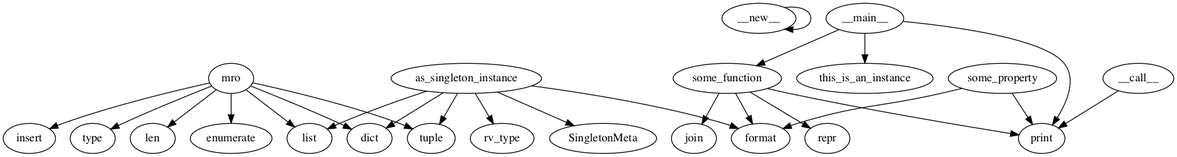
The Graphviz diagram CallGraph_images/SingletonPattern.png in JordanCoyne97/Final_Year_Project, before a commit. Its source is kept beside it as CallGraph_dots/SingletonPattern.dot. The source it was exported from:
```dot
digraph  {
__new__;
mro;
list;
type;
dict;
len;
enumerate;
insert;
tuple;
as_singleton_instance;
format;
SingletonMeta;
rv_type;
__call__;
print;
some_function;
join;
repr;
some_property;
__main__;
this_is_an_instance;
__new__ -> __new__;
mro -> list;
mro -> type;
mro -> dict;
mro -> len;
mro -> enumerate;
mro -> insert;
mro -> tuple;
as_singleton_instance -> format;
as_singleton_instance -> dict;
as_singleton_instance -> list;
as_singleton_instance -> SingletonMeta;
as_singleton_instance -> tuple;
as_singleton_instance -> rv_type;
__call__ -> print;
some_function -> print;
some_function -> format;
some_function -> join;
some_function -> repr;
some_property -> print;
some_property -> format;
__main__ -> this_is_an_instance;
__main__ -> some_function;
__main__ -> print;
}
```
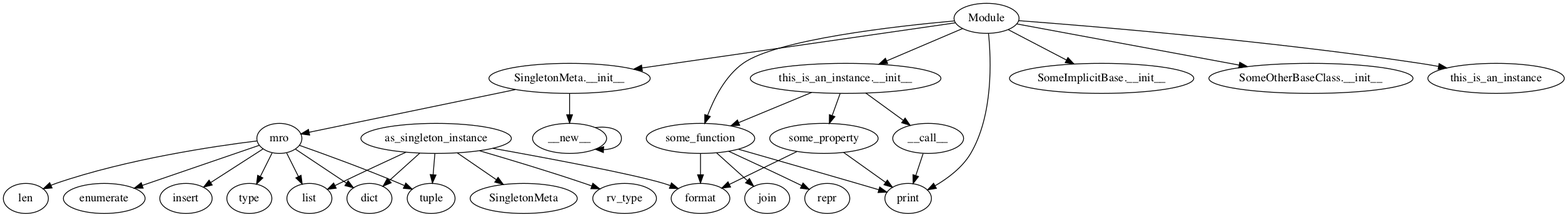
Later version of the same file.

Diff of the diagram source:
```diff
@@ -18,7 +18,11 @@
 join;
 repr;
 some_property;
-__main__;
+Module;
+"SomeImplicitBase.__init__";
+"SingletonMeta.__init__";
+"SomeOtherBaseClass.__init__";
+"this_is_an_instance.__init__";
 this_is_an_instance;
 __new__ -> __new__;
 mro -> list;
@@ -41,7 +45,16 @@
 some_function -> repr;
 some_property -> print;
 some_property -> format;
-__main__ -> this_is_an_instance;
-__main__ -> some_function;
-__main__ -> print;
+Module -> "SomeImplicitBase.__init__";
+Module -> "SingletonMeta.__init__";
+Module -> "SomeOtherBaseClass.__init__";
+Module -> "this_is_an_instance.__init__";
+Module -> this_is_an_instance;
+Module -> some_function;
+Module -> print;
+"SingletonMeta.__init__" -> __new__;
+"SingletonMeta.__init__" -> mro;
+"this_is_an_instance.__init__" -> __call__;
+"this_is_an_instance.__init__" -> some_function;
+"this_is_an_instance.__init__" -> some_property;
 }
```
